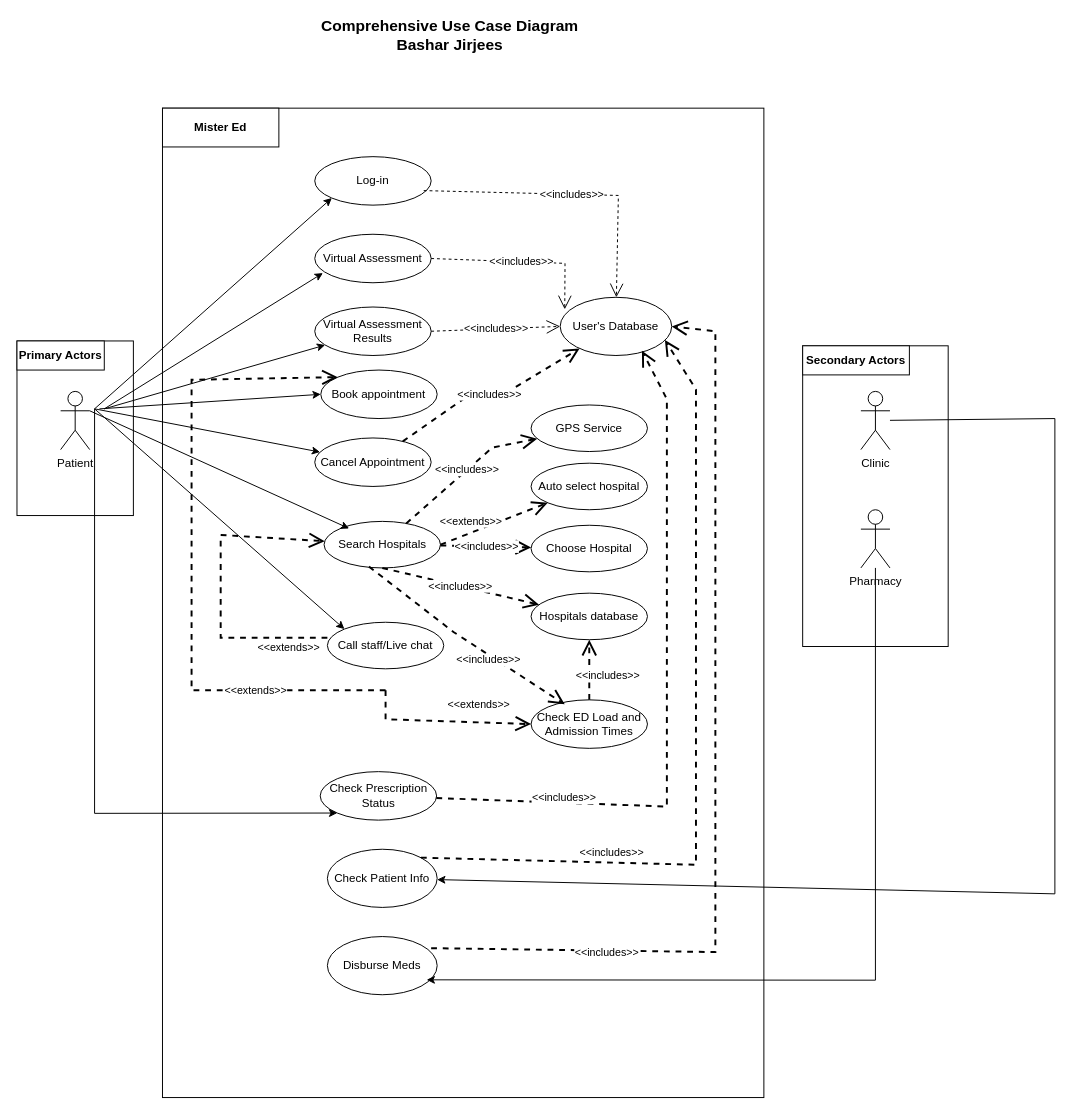
SENG-350-2024-fall/Team-6 keeps this draw.io diagram as UC_03.drawio. Above is the earlier version. Source tidied: cells renumbered, new cells numbered last; positions are measured from the earlier drawing's top-left corner, leaving out a move shared by most shapes. Both pictures are drawn from the tidied source at 97%, with x=0, y=0 at pixel (16, 20).
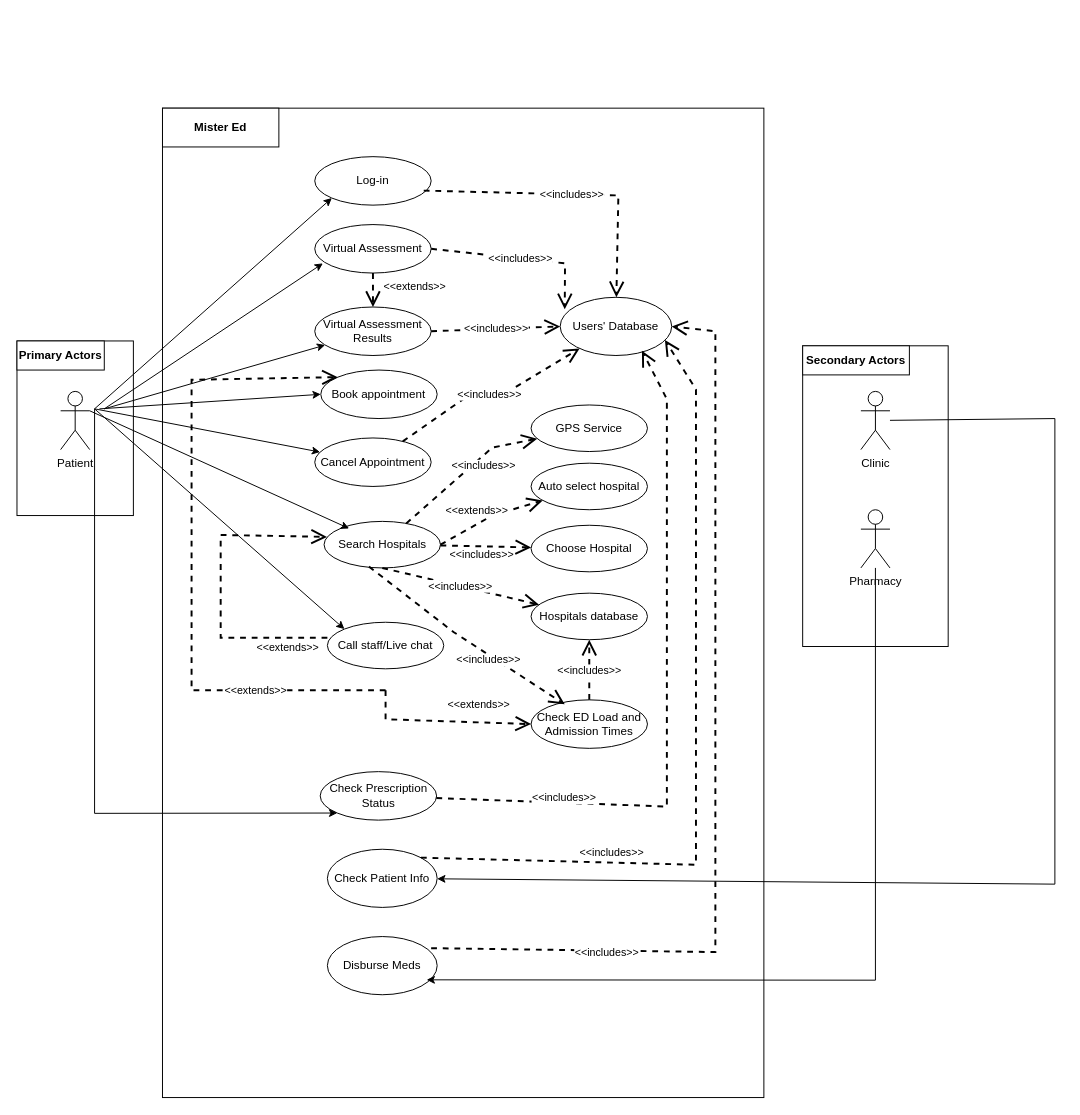
The same page after the edit.

Unchanged cells that the change refers to:
```xml
<mxCell id="7" value="Check ED Load and&lt;br&gt;Admission Times" style="ellipse;whiteSpace=wrap;html=1;" parent="1" vertex="1">
  <mxGeometry x="530" y="700" width="120" height="50" as="geometry" />
</mxCell>
<mxCell id="8" value="Hospitals database" style="ellipse;whiteSpace=wrap;html=1;" parent="1" vertex="1">
  <mxGeometry x="530" y="590" width="120" height="48" as="geometry" />
</mxCell>
<mxCell id="9" value="Search Hospitals" style="ellipse;whiteSpace=wrap;html=1;" parent="1" vertex="1">
  <mxGeometry x="316.6" y="516" width="120" height="48" as="geometry" />
</mxCell>
<mxCell id="10" value="Call staff/Live chat" style="ellipse;whiteSpace=wrap;html=1;" parent="1" vertex="1">
  <mxGeometry x="320" y="620" width="120" height="48" as="geometry" />
</mxCell>
<mxCell id="13" value="GPS Service" style="ellipse;whiteSpace=wrap;html=1;" parent="1" vertex="1">
  <mxGeometry x="530" y="396" width="120" height="48" as="geometry" />
</mxCell>
<mxCell id="15" value="Choose Hospital" style="ellipse;whiteSpace=wrap;html=1;" parent="1" vertex="1">
  <mxGeometry x="530" y="520" width="120" height="48" as="geometry" />
</mxCell>
<mxCell id="20" value="Log-in" style="ellipse;whiteSpace=wrap;html=1;" parent="1" vertex="1">
  <mxGeometry x="307" y="140" width="120" height="50" as="geometry" />
</mxCell>
<mxCell id="27" value="Clinic" style="shape=umlActor;verticalLabelPosition=bottom;verticalAlign=top;html=1;outlineConnect=0;" parent="1" vertex="1">
  <mxGeometry x="870" y="382" width="30" height="60" as="geometry" />
</mxCell>
<mxCell id="29" value="Check Patient Info" style="ellipse;whiteSpace=wrap;html=1;" parent="1" vertex="1">
  <mxGeometry x="320" y="854" width="113.2" height="60" as="geometry" />
</mxCell>
<mxCell id="40" value="Virtual Assessment Results" style="ellipse;whiteSpace=wrap;html=1;" parent="1" vertex="1">
  <mxGeometry x="307" y="295" width="120" height="50" as="geometry" />
</mxCell>
<mxCell id="46" value="Auto select hospital" style="ellipse;whiteSpace=wrap;html=1;" parent="1" vertex="1">
  <mxGeometry x="530" y="456" width="120" height="48" as="geometry" />
</mxCell>
```

The edit, as a diff of the source:
```diff
@@
     <mxCell id="14" value="&amp;lt;&amp;lt;includes&amp;gt;&amp;gt;" style="endArrow=open;endSize=12;dashed=1;html=1;rounded=0;strokeWidth=2;" parent="1" edge="1" source="9" target="13">
-      <mxGeometry relative="1" as="geometry">
+      <mxGeometry x="0.18" y="-8" relative="1" as="geometry">
         <Array as="points">
           <mxPoint x="490" y="440" />
         </Array>
+        <mxPoint x="1" as="offset" />
       </mxGeometry>
     </mxCell>
@@
     <mxCell id="16" value="&amp;lt;&amp;lt;includes&amp;gt;&amp;gt;" style="endArrow=open;endSize=12;dashed=1;html=1;rounded=0;strokeWidth=2;" parent="1" edge="1" source="9" target="15">
-      <mxGeometry relative="1" as="geometry" />
+      <mxGeometry x="-0.07" y="-8" relative="1" as="geometry" />
     </mxCell>
     <mxCell id="17" value="&amp;lt;&amp;lt;includes&amp;gt;&amp;gt;" style="endArrow=open;endSize=12;dashed=1;html=1;rounded=0;entryX=0.5;entryY=1;entryDx=0;entryDy=0;exitX=0.5;exitY=0;exitDx=0;exitDy=0;strokeWidth=2;" parent="1" edge="1" source="7" target="8">
-      <mxGeometry x="-0.19" y="-18" relative="1" as="geometry">
-        <mxPoint x="1" as="offset" />
-      </mxGeometry>
+      <mxGeometry x="-0.03" relative="1" as="geometry" />
     </mxCell>
@@
-    <mxCell id="19" value="&lt;font style=&quot;font-size: 16px;&quot;&gt;&lt;b&gt;Comprehensive Use Case Diagram&lt;br&gt;Bashar Jirjees&lt;/b&gt;&lt;/font&gt;" style="text;html=1;align=center;verticalAlign=middle;whiteSpace=wrap;rounded=0;" parent="1" vertex="1">
-      <mxGeometry x="309" width="275" height="30" as="geometry" />
-    </mxCell>
@@
-    <mxCell id="21" value="User's Database" style="ellipse;whiteSpace=wrap;html=1;" parent="1" vertex="1">
+    <mxCell id="21" value="Users' Database" style="ellipse;whiteSpace=wrap;html=1;" parent="1" vertex="1">
       <mxGeometry x="560" y="285" width="115" height="60" as="geometry" />
     </mxCell>
-    <mxCell id="22" value="&amp;lt;&amp;lt;includes&amp;gt;&amp;gt;" style="endArrow=open;endSize=12;dashed=1;html=1;rounded=0;exitX=0.936;exitY=0.7;exitDx=0;exitDy=0;exitPerimeter=0;" parent="1" edge="1" source="20" target="21">
+    <mxCell id="22" value="&amp;lt;&amp;lt;includes&amp;gt;&amp;gt;" style="endArrow=open;endSize=12;dashed=1;html=1;rounded=0;exitX=0.936;exitY=0.7;exitDx=0;exitDy=0;exitPerimeter=0;strokeWidth=2;" parent="1" edge="1" source="20" target="21">
       <mxGeometry relative="1" as="geometry">
         <Array as="points">
           <mxPoint x="620" y="180" />
         </Array>
       </mxGeometry>
     </mxCell>
@@
     <mxCell id="34" style="endArrow=classic;html=1;rounded=0;" parent="1" edge="1" source="27" target="29">
       <mxGeometry relative="1" as="geometry">
         <Array as="points">
           <mxPoint x="1070" y="410" />
-          <mxPoint x="1070" y="900" />
+          <mxPoint x="1070" y="890" />
         </Array>
       </mxGeometry>
     </mxCell>
-    <mxCell id="35" value="&amp;lt;&amp;lt;extends&amp;gt;&amp;gt;" style="endArrow=open;endSize=12;dashed=1;html=1;rounded=0;exitX=0;exitY=0.333;exitDx=0;exitDy=0;strokeWidth=2;exitPerimeter=0;" parent="1" edge="1" source="10" target="9">
+    <mxCell id="35" value="&amp;lt;&amp;lt;extends&amp;gt;&amp;gt;" style="endArrow=open;endSize=12;dashed=1;html=1;rounded=0;exitX=0;exitY=0.333;exitDx=0;exitDy=0;strokeWidth=2;exitPerimeter=0;entryX=0.025;entryY=0.333;entryDx=0;entryDy=0;entryPerimeter=0;" parent="1" edge="1" source="10" target="9">
       <mxGeometry x="-0.75" y="10" relative="1" as="geometry">
         <Array as="points">
           <mxPoint x="210" y="636" />
           <mxPoint x="210" y="580" />
           <mxPoint x="210" y="530" />
         </Array>
       </mxGeometry>
     </mxCell>
@@
     <mxCell id="37" value="Virtual Assessment " style="ellipse;whiteSpace=wrap;html=1;" parent="1" vertex="1">
-      <mxGeometry x="307" y="220" width="120" height="50" as="geometry" />
+      <mxGeometry x="307" y="210" width="120" height="50" as="geometry" />
     </mxCell>
@@
-    <mxCell id="39" value="&amp;lt;&amp;lt;includes&amp;gt;&amp;gt;" style="endArrow=open;endSize=12;dashed=1;html=1;rounded=0;exitX=1;exitY=0.5;exitDx=0;exitDy=0;entryX=0.041;entryY=0.207;entryDx=0;entryDy=0;entryPerimeter=0;" parent="1" edge="1" source="37" target="21">
+    <mxCell id="39" value="&amp;lt;&amp;lt;includes&amp;gt;&amp;gt;" style="endArrow=open;endSize=12;dashed=1;html=1;rounded=0;exitX=1;exitY=0.5;exitDx=0;exitDy=0;entryX=0.041;entryY=0.207;entryDx=0;entryDy=0;entryPerimeter=0;strokeWidth=2;" parent="1" edge="1" source="37" target="21">
       <mxGeometry relative="1" as="geometry">
         <Array as="points">
           <mxPoint x="565" y="250" />
         </Array>
       </mxGeometry>
     </mxCell>
@@
-    <mxCell id="42" value="&amp;lt;&amp;lt;includes&amp;gt;&amp;gt;" style="endArrow=open;endSize=12;dashed=1;html=1;rounded=0;exitX=1;exitY=0.5;exitDx=0;exitDy=0;entryX=0;entryY=0.5;entryDx=0;entryDy=0;" parent="1" edge="1" source="40" target="21">
+    <mxCell id="42" value="&amp;lt;&amp;lt;includes&amp;gt;&amp;gt;" style="endArrow=open;endSize=12;dashed=1;html=1;rounded=0;exitX=1;exitY=0.5;exitDx=0;exitDy=0;entryX=0;entryY=0.5;entryDx=0;entryDy=0;strokeWidth=2;" parent="1" edge="1" source="40" target="21">
       <mxGeometry relative="1" as="geometry" />
     </mxCell>
@@
     <mxCell id="47" value="&amp;lt;&amp;lt;extends&amp;gt;&amp;gt;" style="endArrow=open;endSize=12;dashed=1;html=1;rounded=0;exitX=1;exitY=0.5;exitDx=0;exitDy=0;strokeWidth=2;" parent="1" edge="1" source="9" target="46">
-      <mxGeometry x="-0.36" y="11" relative="1" as="geometry" />
+      <mxGeometry x="-0.14" y="12" relative="1" as="geometry">
+        <Array as="points">
+          <mxPoint x="490" y="510" />
+        </Array>
+      </mxGeometry>
     </mxCell>
@@
+    <mxCell id="54" value="&amp;lt;&amp;lt;extends&amp;gt;&amp;gt;" style="endArrow=open;endSize=12;dashed=1;html=1;rounded=0;exitX=0.5;exitY=1;exitDx=0;exitDy=0;strokeWidth=2;" parent="1" edge="1" source="37" target="40">
+      <mxGeometry x="-0.2" y="43" relative="1" as="geometry" />
+    </mxCell>
```
